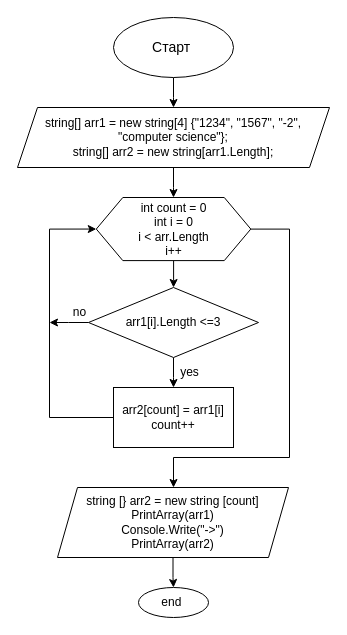
Earlier version of the draw.io diagram block_diagram/Диаграмма без названия.drawio (KaterinaSpace/FinalWork2023). Source tidied: cells renumbered, new cells numbered last; positions are measured from the earlier drawing's top-left corner, leaving out a move shared by most shapes. Both pictures are drawn from the tidied source at 100%, with x=0, y=0 at pixel (17, 17).
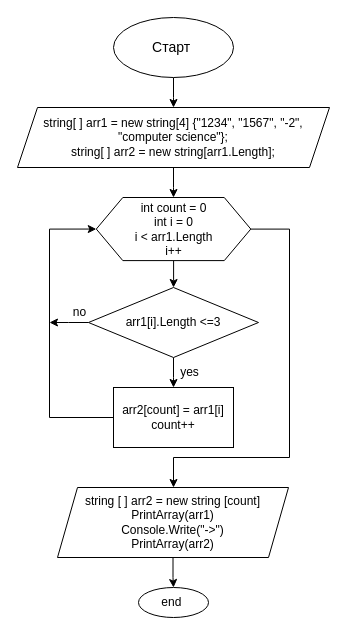
The same page after the edit.

Change to the diagram source:
```diff
@@
-    <mxCell id="8" value="string[] arr1 = new string[4] {&quot;1234&quot;, &quot;1567&quot;, &quot;-2&quot;, &quot;computer science&quot;};&#10;string[] arr2 = new string[arr1.Length];" style="shape=parallelogram;perimeter=parallelogramPerimeter;whiteSpace=wrap;html=1;fixedSize=1;" parent="1" vertex="1">
+    <mxCell id="8" value="string[ ] arr1 = new string[4] {&quot;1234&quot;, &quot;1567&quot;, &quot;-2&quot;, &quot;computer science&quot;};&lt;br&gt;string[ ] arr2 = new string[arr1.Length];" style="shape=parallelogram;perimeter=parallelogramPerimeter;whiteSpace=wrap;html=1;fixedSize=1;" parent="1" vertex="1">
       <mxGeometry y="90" width="312" height="60" as="geometry" />
     </mxCell>
-    <mxCell id="9" value="int count = 0&lt;br&gt;int i = 0&lt;br&gt;i &amp;lt; arr.Length&lt;br&gt;i++" style="text;html=1;align=center;verticalAlign=middle;strokeColor=none;fillColor=none;" parent="1" vertex="1">
-      <mxGeometry x="111" y="176.6" width="90" height="70" as="geometry" />
+    <mxCell id="9" value="int count = 0&lt;br&gt;int i = 0&lt;br&gt;i &amp;lt; arr1.Length&lt;br&gt;i++" style="text;html=1;align=center;verticalAlign=middle;strokeColor=none;fillColor=none;" parent="1" vertex="1">
+      <mxGeometry x="106" y="176.6" width="100" height="70" as="geometry" />
     </mxCell>
@@
-    <mxCell id="18" value="string [} arr2 = new string [count]&lt;br&gt;PrintArray(arr1)&lt;br&gt;Console.Write(&quot;-&amp;gt;&quot;)&lt;br&gt;PrintArray(arr2)" style="shape=parallelogram;perimeter=parallelogramPerimeter;whiteSpace=wrap;html=1;fixedSize=1;" parent="1" vertex="1">
+    <mxCell id="18" value="string [ ] arr2 = new string [count]&lt;br&gt;PrintArray(arr1)&lt;br&gt;Console.Write(&quot;-&amp;gt;&quot;)&lt;br&gt;PrintArray(arr2)" style="shape=parallelogram;perimeter=parallelogramPerimeter;whiteSpace=wrap;html=1;fixedSize=1;" parent="1" vertex="1">
       <mxGeometry x="40" y="470" width="231" height="70" as="geometry" />
     </mxCell>
```
